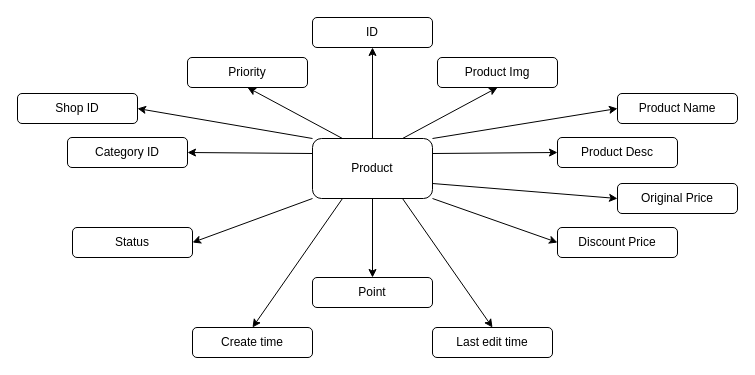
ProJBH/full_stack_web_design keeps this draw.io diagram as page "Product" (9 of 9) of Entities.drawio. Above is the earlier version. Source tidied: cells renumbered, new cells numbered last; positions are measured from the earlier drawing's top-left corner, leaving out a move shared by most shapes. Both pictures are drawn from the tidied source at 100%, with x=0, y=0 at pixel (17, 17).
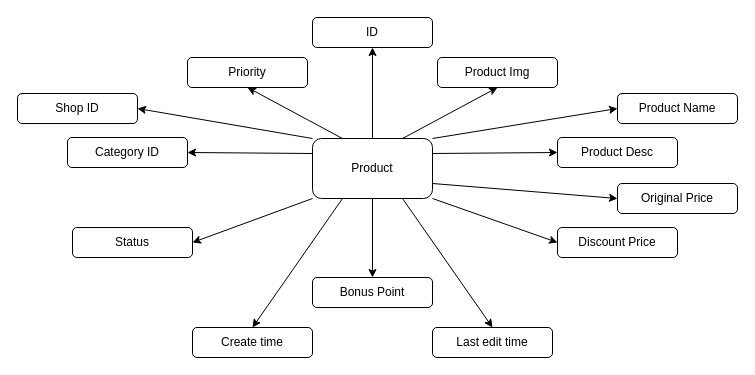
Above is the later version.

Change to the diagram source:
```diff
@@
-    <mxCell id="26" value="Point" style="rounded=1;whiteSpace=wrap;html=1;" parent="1" vertex="1">
+    <mxCell id="26" value="Bonus Point" style="rounded=1;whiteSpace=wrap;html=1;" parent="1" vertex="1">
       <mxGeometry x="295" y="260" width="120" height="30" as="geometry" />
     </mxCell>
```
